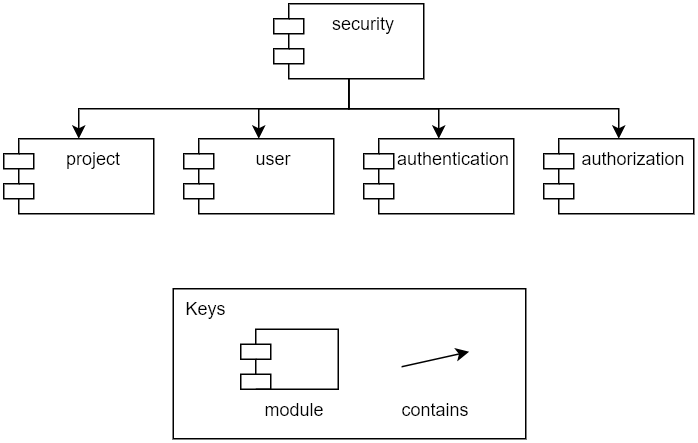
This is wiki/images/phylodb-decomposition-security.png from phyloviz/phyloDB, a draw.io export, as it was before one commit. Source tidied: cells renumbered, new cells last; positions are measured from the earlier drawing's top-left corner, leaving out a move shared by most shapes.
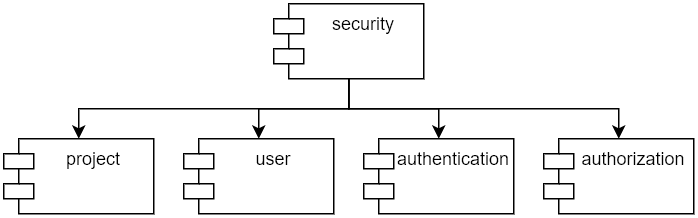
Above is the later version.

The edit, as a diff of the source:
```diff
@@ -29,26 +29,5 @@
     <mxCell id="10" value="authorization" style="shape=module;align=left;spacingLeft=20;align=center;verticalAlign=top;" parent="1" vertex="1">
       <mxGeometry x="360" y="90" width="100" height="50" as="geometry" />
     </mxCell>
-    <mxCell id="11" style="group;" parent="1" vertex="1">
-      <mxGeometry x="113" y="190" width="235" height="100" as="geometry" />
-    </mxCell>
-    <mxCell id="12" value="&amp;nbsp; Keys" style="rounded=0;whiteSpace=wrap;html=1;align=left;verticalAlign=top;" parent="11" vertex="1">
-      <mxGeometry width="235" height="100" as="geometry" />
-    </mxCell>
-    <mxCell id="13" style="endArrow=classic;html=1;exitX=1;exitY=0.5;exitDx=0;exitDy=0;startArrow=none;startFill=0;endFill=1;" parent="11" edge="1">
-      <mxGeometry relative="1" as="geometry">
-        <mxPoint x="152.2" y="52" as="sourcePoint" />
-        <mxPoint x="197.2" y="42" as="targetPoint" />
-      </mxGeometry>
-    </mxCell>
-    <mxCell id="14" value="contains" style="text;html=1;strokeColor=none;fillColor=none;align=center;verticalAlign=middle;whiteSpace=wrap;rounded=0;" parent="11" vertex="1">
-      <mxGeometry x="145" y="70" width="59.5" height="20" as="geometry" />
-    </mxCell>
-    <mxCell id="15" style="shape=module;align=left;spacingLeft=20;align=center;verticalAlign=top;" parent="11" vertex="1">
-      <mxGeometry x="45" y="27" width="65" height="40" as="geometry" />
-    </mxCell>
-    <mxCell id="16" value="module" style="text;html=1;strokeColor=none;fillColor=none;align=center;verticalAlign=middle;whiteSpace=wrap;rounded=0;" parent="11" vertex="1">
-      <mxGeometry x="50.5" y="70" width="59.5" height="20" as="geometry" />
-    </mxCell>
   </root>
 </mxGraphModel>
```
